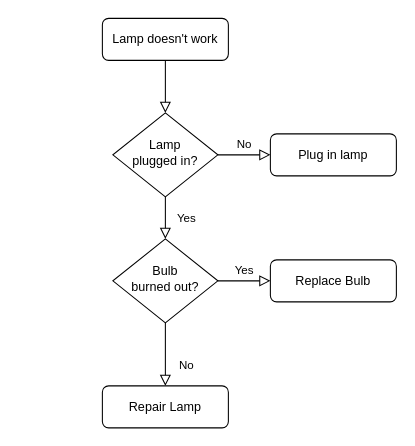
pzheng460/FlowCharts keeps this draw.io diagram as rtf.drawio. Above is the earlier version. Source tidied: cells renumbered, new cells numbered last; positions are measured from the earlier drawing's top-left corner, leaving out a move shared by most shapes. Both pictures are drawn from the tidied source at 105%, with x=0, y=0 at pixel (102, 18).
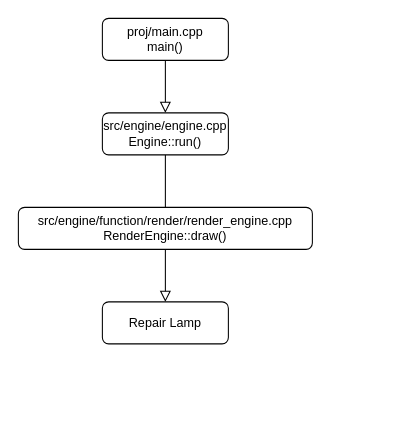
Above is the later version.

Diff of the diagram source:
```diff
@@
 <mxGraphModel>
   <root>
     <mxCell id="0" />
     <mxCell id="1" parent="0" />
-    <mxCell id="2" style="rounded=0;html=1;jettySize=auto;fontSize=11;endArrow=block;endFill=0;endSize=8;strokeWidth=1;shadow=0;labelBackgroundColor=none;edgeStyle=orthogonalEdgeStyle;" parent="1" edge="1" source="3" target="6">
-      <mxGeometry relative="1" as="geometry" />
+    <mxCell id="2" style="rounded=0;html=1;jettySize=auto;fontSize=11;endArrow=block;endFill=0;endSize=8;strokeWidth=1;shadow=0;labelBackgroundColor=none;edgeStyle=orthogonalEdgeStyle;" parent="1" edge="1" source="3">
+      <mxGeometry relative="1" as="geometry">
+        <mxPoint x="60" y="90" as="targetPoint" />
+      </mxGeometry>
     </mxCell>
-    <mxCell id="3" value="Lamp doesn't work" style="rounded=1;whiteSpace=wrap;html=1;fontSize=12;glass=0;strokeWidth=1;shadow=0;" parent="1" vertex="1">
+    <mxCell id="3" value="proj/main.cpp&lt;br&gt;main()" style="rounded=1;whiteSpace=wrap;html=1;fontSize=12;glass=0;strokeWidth=1;shadow=0;" parent="1" vertex="1">
       <mxGeometry width="120" height="40" as="geometry" />
     </mxCell>
-    <mxCell id="4" value="Yes" style="rounded=0;html=1;jettySize=auto;fontSize=11;endArrow=block;endFill=0;endSize=8;strokeWidth=1;shadow=0;labelBackgroundColor=none;edgeStyle=orthogonalEdgeStyle;" parent="1" edge="1" source="6" target="10">
-      <mxGeometry y="20" relative="1" as="geometry" />
+    <mxCell id="4" style="rounded=0;html=1;jettySize=auto;fontSize=11;endArrow=block;endFill=0;endSize=8;strokeWidth=1;shadow=0;labelBackgroundColor=none;edgeStyle=orthogonalEdgeStyle;exitX=0.5;exitY=1;exitDx=0;exitDy=0;" parent="1" edge="1" source="7">
+      <mxGeometry y="20" relative="1" as="geometry">
+        <mxPoint x="60" y="210" as="targetPoint" />
+      </mxGeometry>
     </mxCell>
-    <mxCell id="5" value="No" style="edgeStyle=orthogonalEdgeStyle;rounded=0;html=1;jettySize=auto;fontSize=11;endArrow=block;endFill=0;endSize=8;strokeWidth=1;shadow=0;labelBackgroundColor=none;" parent="1" edge="1" source="6" target="7">
-      <mxGeometry y="10" relative="1" as="geometry" />
-    </mxCell>
-    <mxCell id="6" value="Lamp&lt;br&gt;plugged in?" style="rhombus;whiteSpace=wrap;html=1;shadow=0;fontFamily=Helvetica;fontSize=12;align=center;strokeWidth=1;spacing=6;spacingTop=-4;" parent="1" vertex="1">
-      <mxGeometry x="10" y="90" width="100" height="80" as="geometry" />
-    </mxCell>
-    <mxCell id="7" value="Plug in lamp" style="rounded=1;whiteSpace=wrap;html=1;fontSize=12;glass=0;strokeWidth=1;shadow=0;" parent="1" vertex="1">
-      <mxGeometry x="160" y="110" width="120" height="40" as="geometry" />
+    <mxCell id="7" value="src/engine/engine.cpp&lt;br&gt;Engine::run()" style="rounded=1;whiteSpace=wrap;html=1;fontSize=12;glass=0;strokeWidth=1;shadow=0;" parent="1" vertex="1">
+      <mxGeometry y="90" width="120" height="40" as="geometry" />
     </mxCell>
-    <mxCell id="8" value="No" style="rounded=0;html=1;jettySize=auto;fontSize=11;endArrow=block;endFill=0;endSize=8;strokeWidth=1;shadow=0;labelBackgroundColor=none;edgeStyle=orthogonalEdgeStyle;" parent="1" edge="1" source="10" target="11">
+    <mxCell id="8" style="rounded=0;html=1;jettySize=auto;fontSize=11;endArrow=block;endFill=0;endSize=8;strokeWidth=1;shadow=0;labelBackgroundColor=none;edgeStyle=orthogonalEdgeStyle;exitX=0.5;exitY=1;exitDx=0;exitDy=0;" parent="1" edge="1" source="12" target="11">
       <mxGeometry x="0.33" y="20" relative="1" as="geometry" />
     </mxCell>
-    <mxCell id="9" value="Yes" style="edgeStyle=orthogonalEdgeStyle;rounded=0;html=1;jettySize=auto;fontSize=11;endArrow=block;endFill=0;endSize=8;strokeWidth=1;shadow=0;labelBackgroundColor=none;" parent="1" edge="1" source="10" target="12">
-      <mxGeometry y="10" relative="1" as="geometry" />
-    </mxCell>
-    <mxCell id="10" value="Bulb&lt;br&gt;burned out?" style="rhombus;whiteSpace=wrap;html=1;shadow=0;fontFamily=Helvetica;fontSize=12;align=center;strokeWidth=1;spacing=6;spacingTop=-4;" parent="1" vertex="1">
-      <mxGeometry x="10" y="210" width="100" height="80" as="geometry" />
-    </mxCell>
     <mxCell id="11" value="Repair Lamp" style="rounded=1;whiteSpace=wrap;html=1;fontSize=12;glass=0;strokeWidth=1;shadow=0;" parent="1" vertex="1">
-      <mxGeometry y="350" width="120" height="40" as="geometry" />
+      <mxGeometry y="270" width="120" height="40" as="geometry" />
     </mxCell>
-    <mxCell id="12" value="Replace Bulb" style="rounded=1;whiteSpace=wrap;html=1;fontSize=12;glass=0;strokeWidth=1;shadow=0;" parent="1" vertex="1">
-      <mxGeometry x="160" y="230" width="120" height="40" as="geometry" />
+    <mxCell id="12" value="src/engine/function/render/render_engine.cpp&lt;br&gt;RenderEngine::draw()" style="rounded=1;whiteSpace=wrap;html=1;fontSize=12;glass=0;strokeWidth=1;shadow=0;" parent="1" vertex="1">
+      <mxGeometry x="-80" y="180" width="280" height="40" as="geometry" />
     </mxCell>
   </root>
 </mxGraphModel>
```
